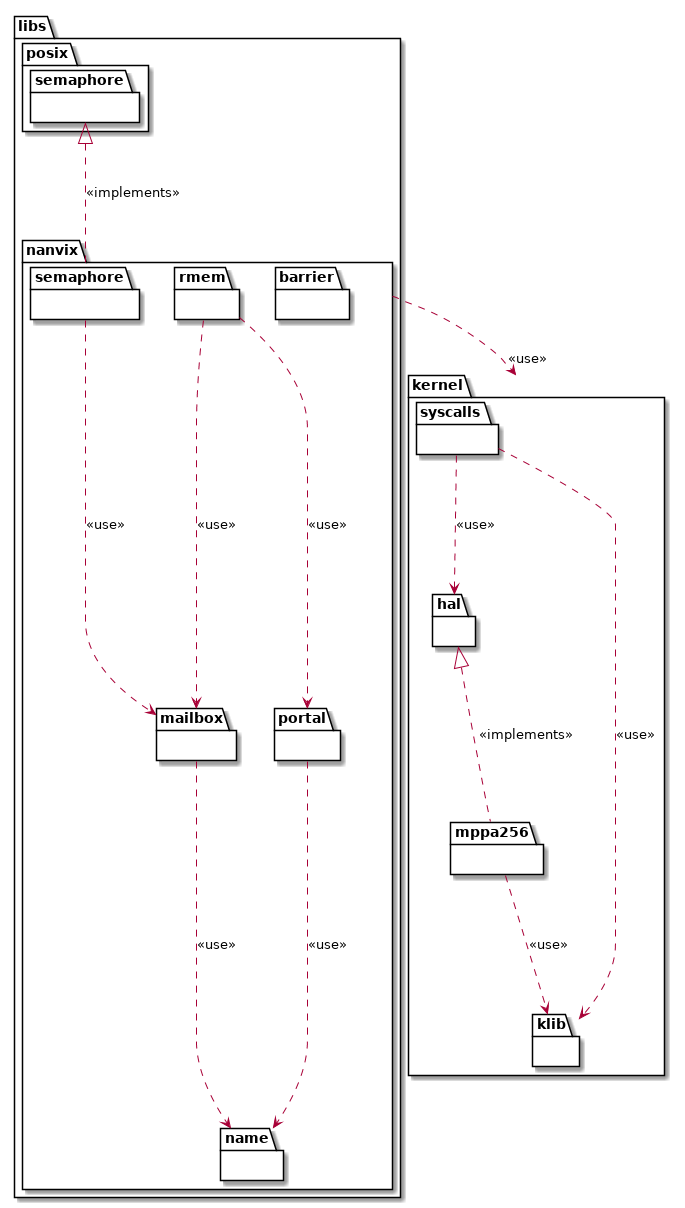
mbcastro/multikernel keeps this PlantUML diagram as doc/class-diagrams/nanvix.png. Above is the earlier version.
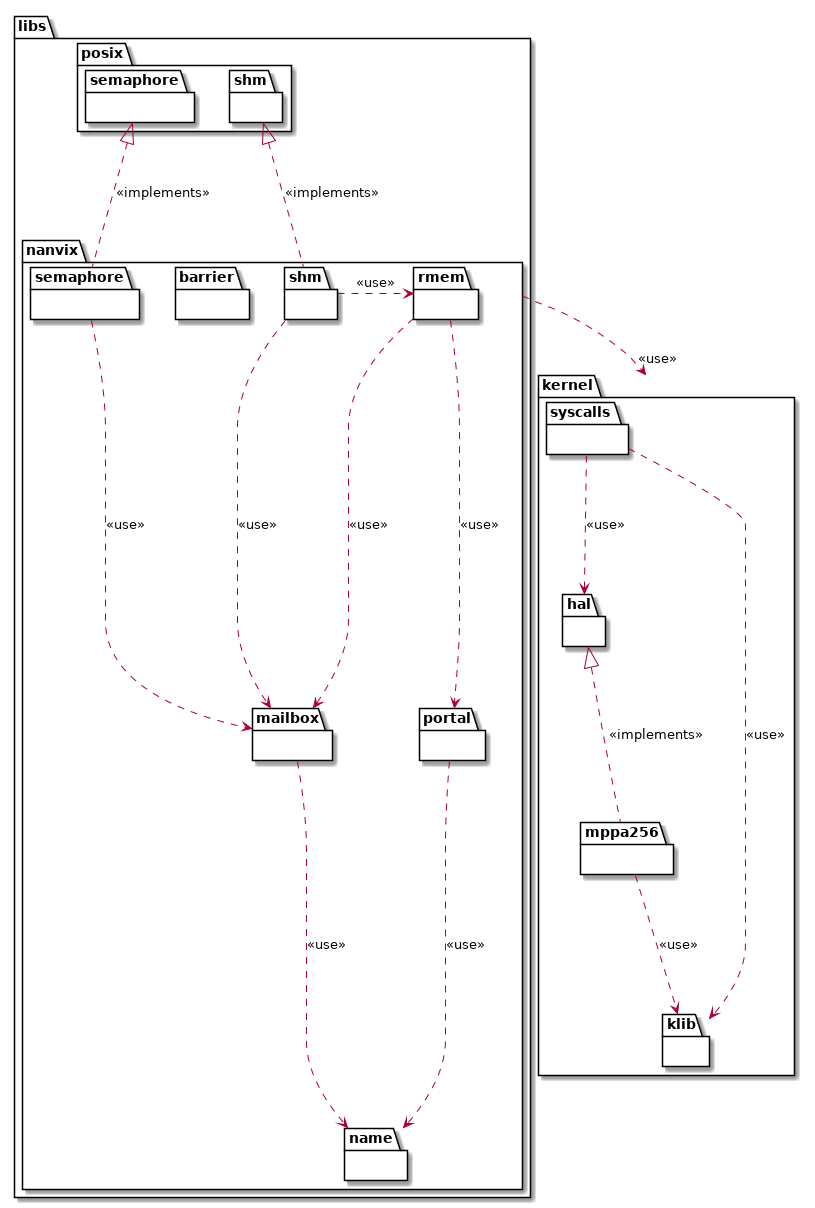
After the commit.

Commit message:
updating class diagrams

The edit, as a diff of the source:
```diff
@@ -38,6 +38,9 @@
 		namespace rmem {
 		}
 
+		namespace shm {
+		}
+
 		namespace semaphore {
 		}
 	}
@@ -45,14 +48,20 @@
 	namespace posix {
 		namespace semaphore {
 		}
+
+		namespace shm {
+		}
 	}
 
-	libs.nanvix.mailbox   ..> libs.nanvix.name    : <<use>>
-	libs.nanvix.portal    ..> libs.nanvix.name    : <<use>>
-	libs.nanvix.rmem      ..> libs.nanvix.mailbox : <<use>>
-	libs.nanvix.rmem      ..> libs.nanvix.portal  : <<use>>
-	libs.nanvix.semaphore ..> libs.nanvix.mailbox : <<use>>
-	libs.posix.semaphore <|.. libs.nanvix.semaphore : <<implements>>
+	libs.nanvix.mailbox   ..>  libs.nanvix.name      : <<use>>
+	libs.nanvix.portal    ..>  libs.nanvix.name      : <<use>>
+	libs.nanvix.rmem      ..>  libs.nanvix.mailbox   : <<use>>
+	libs.nanvix.rmem      ..>  libs.nanvix.portal    : <<use>>
+	libs.nanvix.shm        .>  libs.nanvix.rmem      : <<use>>
+	libs.nanvix.shm       ..>  libs.nanvix.mailbox   : <<use>>
+	libs.posix.shm        <|.. libs.nanvix.shm       : <<implements>>
+	libs.nanvix.semaphore ..>  libs.nanvix.mailbox   : <<use>>
+	libs.posix.semaphore  <|.. libs.nanvix.semaphore : <<implements>>
 }
 
 
```
